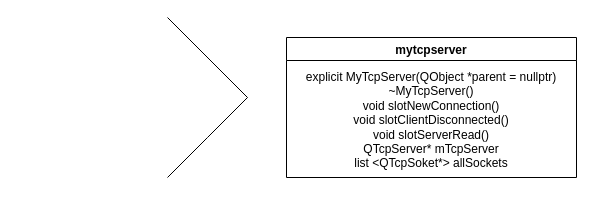
This is classesDiagram.drawio from BubenokGeorgy/groupTask, a draw.io file, before an edit. Source tidied: cells renumbered, new cells numbered last; positions are measured from the earlier drawing's top-left corner, leaving out a move shared by most shapes. Both pictures are drawn from the tidied source at 100%, with x=0, y=0 at pixel (167, 17).
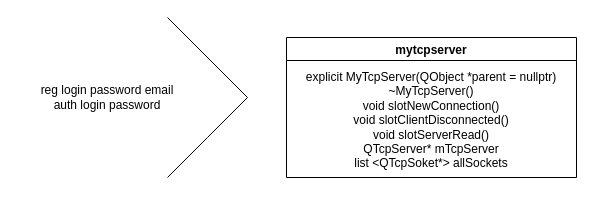
The same page after the edit.

What changed in the source:
```diff
@@
 <mxGraphModel>
   <root>
     <mxCell id="0" />
     <mxCell id="1" parent="0" />
     <mxCell id="2" value="mytcpserver" style="swimlane;" parent="1" vertex="1">
       <mxGeometry x="119" y="20" width="290" height="140" as="geometry" />
     </mxCell>
     <mxCell id="3" value="&lt;span style=&quot;background-color: rgb(255 , 255 , 255)&quot;&gt;&lt;span class=&quot;pl-en&quot; style=&quot;box-sizing: border-box ; font-family: , , &amp;#34;sf mono&amp;#34; , &amp;#34;menlo&amp;#34; , &amp;#34;consolas&amp;#34; , &amp;#34;liberation mono&amp;#34; , monospace&quot;&gt;explicit MyTcpServer&lt;/span&gt;&lt;span style=&quot;font-family: , , &amp;#34;sf mono&amp;#34; , &amp;#34;menlo&amp;#34; , &amp;#34;consolas&amp;#34; , &amp;#34;liberation mono&amp;#34; , monospace&quot;&gt;(QObject *parent = &lt;/span&gt;&lt;span class=&quot;pl-c1&quot; style=&quot;box-sizing: border-box ; font-family: , , &amp;#34;sf mono&amp;#34; , &amp;#34;menlo&amp;#34; , &amp;#34;consolas&amp;#34; , &amp;#34;liberation mono&amp;#34; , monospace&quot;&gt;nullptr&lt;/span&gt;&lt;span style=&quot;font-family: , , &amp;#34;sf mono&amp;#34; , &amp;#34;menlo&amp;#34; , &amp;#34;consolas&amp;#34; , &amp;#34;liberation mono&amp;#34; , monospace&quot;&gt;)&lt;br&gt;~MyTcpServer()&lt;br&gt;void slotNewConnection()&lt;br&gt;void slotClientDisconnected()&lt;br&gt;void slotServerRead()&lt;br&gt;QTcpServer* mTcpServer&lt;br&gt;list &amp;lt;QTcpSoket*&amp;gt;&amp;nbsp;&lt;/span&gt;&lt;/span&gt;&lt;span&gt;allSockets&lt;/span&gt;&lt;span style=&quot;background-color: rgb(255 , 255 , 255)&quot;&gt;&lt;span style=&quot;font-family: , , &amp;#34;sf mono&amp;#34; , &amp;#34;menlo&amp;#34; , &amp;#34;consolas&amp;#34; , &amp;#34;liberation mono&amp;#34; , monospace&quot;&gt;&lt;br&gt;&lt;/span&gt;&lt;/span&gt;&lt;span style=&quot;background-color: rgb(255 , 255 , 255)&quot;&gt;&lt;span style=&quot;font-family: , , &amp;#34;sf mono&amp;#34; , &amp;#34;menlo&amp;#34; , &amp;#34;consolas&amp;#34; , &amp;#34;liberation mono&amp;#34; , monospace&quot;&gt;&lt;br&gt;&lt;/span&gt;&lt;/span&gt;" style="text;html=1;strokeColor=none;fillColor=none;align=center;verticalAlign=middle;whiteSpace=wrap;rounded=0;" parent="2" vertex="1">
       <mxGeometry x="10" y="30" width="270" height="120" as="geometry" />
     </mxCell>
     <mxCell id="4" style="endArrow=none;html=1;rounded=0;fontColor=#000000;" parent="1" edge="1">
       <mxGeometry relative="1" as="geometry">
         <mxPoint x="80" y="80" as="sourcePoint" />
         <mxPoint as="targetPoint" />
       </mxGeometry>
     </mxCell>
     <mxCell id="5" style="endArrow=none;html=1;rounded=0;fontColor=#000000;" parent="1" edge="1">
       <mxGeometry relative="1" as="geometry">
         <mxPoint y="160" as="sourcePoint" />
         <mxPoint x="80" y="80" as="targetPoint" />
         <Array as="points">
           <mxPoint x="40" y="120" />
         </Array>
       </mxGeometry>
     </mxCell>
+    <mxCell id="6" value="reg login password email&lt;br&gt;auth login password" style="text;html=1;strokeColor=none;fillColor=none;align=center;verticalAlign=middle;whiteSpace=wrap;rounded=0;labelBackgroundColor=#FFFFFF;fontColor=#000000;" parent="1" vertex="1">
+      <mxGeometry x="-150" y="20" width="180" height="120" as="geometry" />
+    </mxCell>
   </root>
 </mxGraphModel>
```
